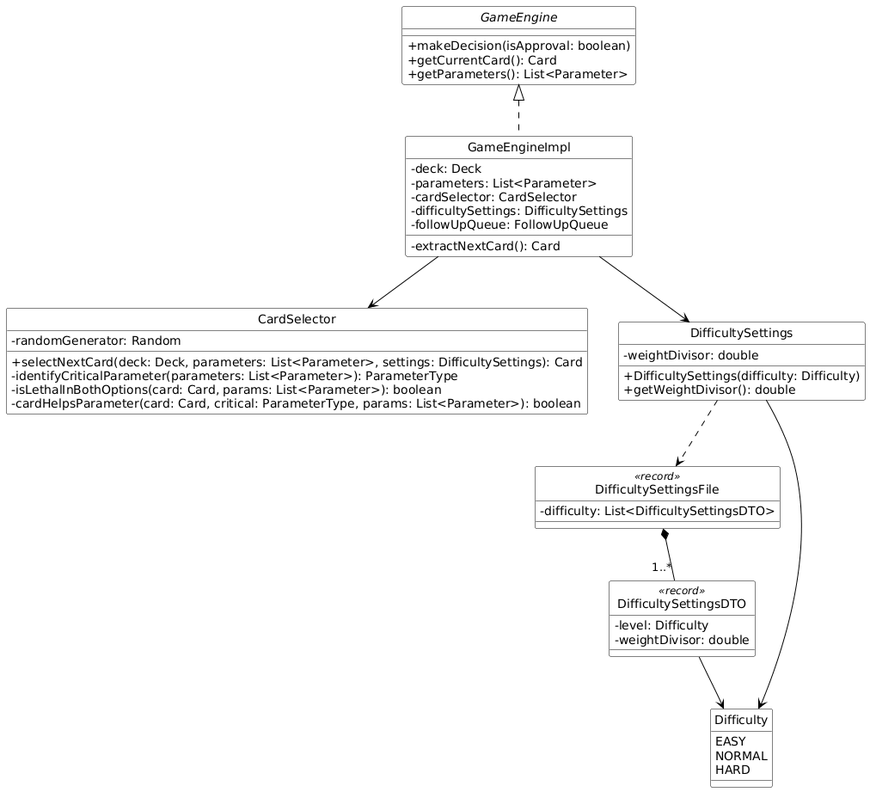
Before: docs/img/pilastro2_strategy.png, a diagram exported from PlantUML (unibo-oop-projects/OOP25-FedericoLocate-MarioGiuseppeC-MarioGiuseppeC-PietroDapporto-MarioConventi-NikitaPiraino-Aurea). The source it was exported from:
```plantuml
@startuml
skinparam backgroundcolor white
skinparam shadowing false
skinparam classAttributeIconSize 0

skinparam class {
    BackgroundColor white
    ArrowColor black
    BorderColor black
}

hide circle

interface GameEngine {
    + makeDecision(isApproval: boolean)
    + getCurrentCard(): Card
    + getParameters(): List<Parameter>
}

class GameEngineImpl {
    - deck: Deck
    - parameters: List<Parameter>
    - cardSelector: CardSelector
    - difficultySettings: DifficultySettings
    - followUpQueue: FollowUpQueue
    - extractNextCard(): Card
}

class CardSelector {
    - randomGenerator: Random
    + selectNextCard(deck: Deck, parameters: List<Parameter>, settings: DifficultySettings): Card
    - identifyCriticalParameter(parameters: List<Parameter>): ParameterType
    - isLethalInBothOptions(card: Card, params: List<Parameter>): boolean
    - cardHelpsParameter(card: Card, critical: ParameterType, params: List<Parameter>): boolean
}

class DifficultySettings {
    - weightDivisor: double
    + DifficultySettings(difficulty: Difficulty)
    + getWeightDivisor(): double
}

class DifficultySettingsFile <<record>> {
    - difficulty: List<DifficultySettingsDTO>
}

class DifficultySettingsDTO <<record>> {
    - level: Difficulty
    - weightDivisor: double
}

enum Difficulty {
    EASY
    NORMAL
    HARD
}

GameEngine <|.. GameEngineImpl

GameEngineImpl --> CardSelector
GameEngineImpl --> DifficultySettings

DifficultySettings ..> DifficultySettingsFile
DifficultySettingsFile *-- "1..*" DifficultySettingsDTO
DifficultySettingsDTO --> Difficulty
DifficultySettings --> Difficulty
@enduml
```
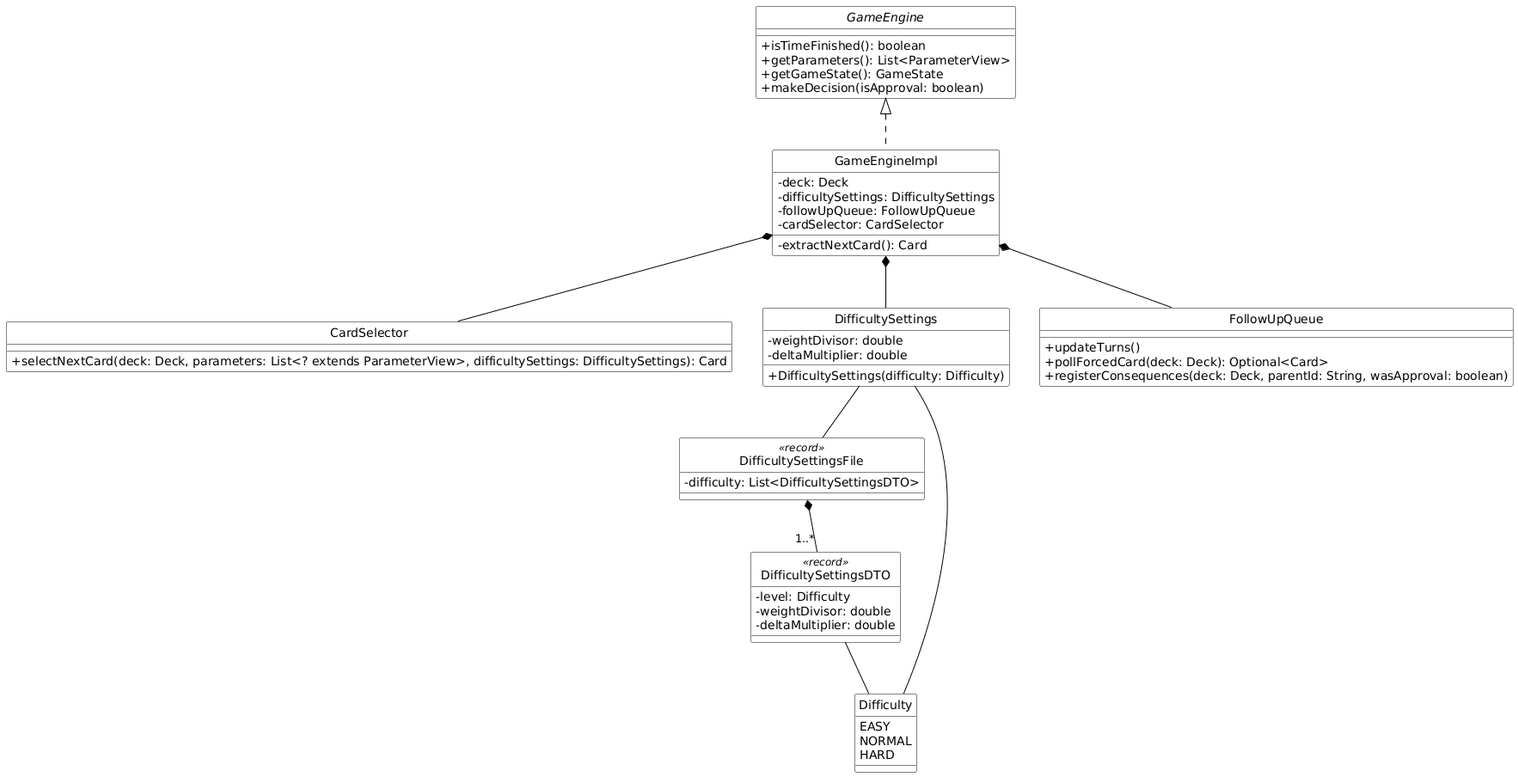
After the change.

Diff of the diagram source:
```diff
@@ -12,32 +12,34 @@
 hide circle
 
 interface GameEngine {
+    + isTimeFinished(): boolean
+    + getParameters(): List<ParameterView>
+    + getGameState(): GameState
     + makeDecision(isApproval: boolean)
-    + getCurrentCard(): Card
-    + getParameters(): List<Parameter>
 }
 
 class GameEngineImpl {
     - deck: Deck
-    - parameters: List<Parameter>
-    - cardSelector: CardSelector
     - difficultySettings: DifficultySettings
     - followUpQueue: FollowUpQueue
+    - cardSelector: CardSelector
     - extractNextCard(): Card
 }
 
 class CardSelector {
-    - randomGenerator: Random
-    + selectNextCard(deck: Deck, parameters: List<Parameter>, settings: DifficultySettings): Card
-    - identifyCriticalParameter(parameters: List<Parameter>): ParameterType
-    - isLethalInBothOptions(card: Card, params: List<Parameter>): boolean
-    - cardHelpsParameter(card: Card, critical: ParameterType, params: List<Parameter>): boolean
+    + selectNextCard(deck: Deck, parameters: List<? extends ParameterView>, difficultySettings: DifficultySettings): Card
 }
 
 class DifficultySettings {
     - weightDivisor: double
+    - deltaMultiplier: double
     + DifficultySettings(difficulty: Difficulty)
-    + getWeightDivisor(): double
+}
+
+class FollowUpQueue {
+    + updateTurns()
+    + pollForcedCard(deck: Deck): Optional<Card>
+    + registerConsequences(deck: Deck, parentId: String, wasApproval: boolean)
 }
 
 class DifficultySettingsFile <<record>> {
@@ -47,6 +49,7 @@
 class DifficultySettingsDTO <<record>> {
     - level: Difficulty
     - weightDivisor: double
+    - deltaMultiplier: double
 }
 
 enum Difficulty {
@@ -57,11 +60,12 @@
 
 GameEngine <|.. GameEngineImpl
 
-GameEngineImpl --> CardSelector
-GameEngineImpl --> DifficultySettings
+GameEngineImpl *-- CardSelector
+GameEngineImpl *-- DifficultySettings
+GameEngineImpl *-- FollowUpQueue
 
-DifficultySettings ..> DifficultySettingsFile
+DifficultySettings -- DifficultySettingsFile
 DifficultySettingsFile *-- "1..*" DifficultySettingsDTO
-DifficultySettingsDTO --> Difficulty
-DifficultySettings --> Difficulty
+DifficultySettingsDTO -- Difficulty
+DifficultySettings -- Difficulty
 @enduml
```
